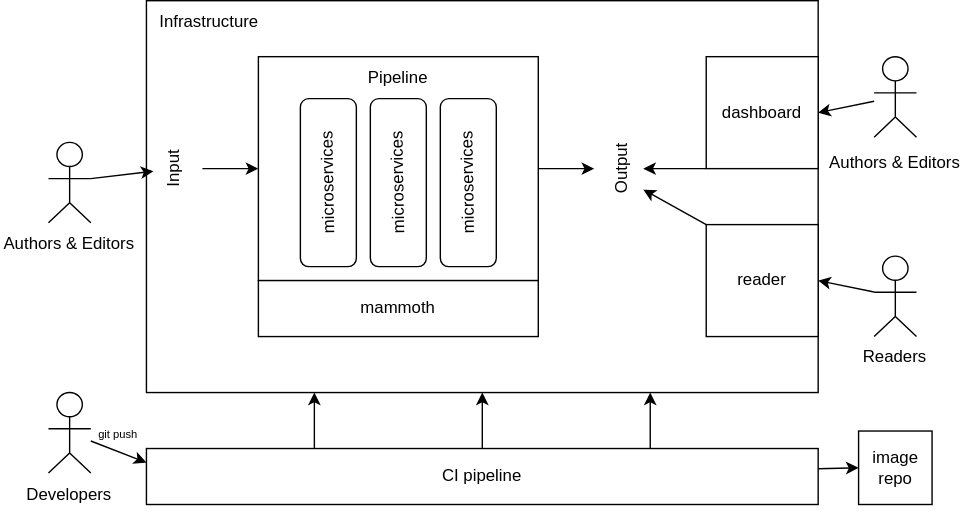
C2DH/digital-monography keeps this draw.io diagram as arch_abstract.svg. Above is the earlier version. Source tidied: cells renumbered, new cells last; positions are measured from the earlier drawing's top-left corner, leaving out a move shared by most shapes.
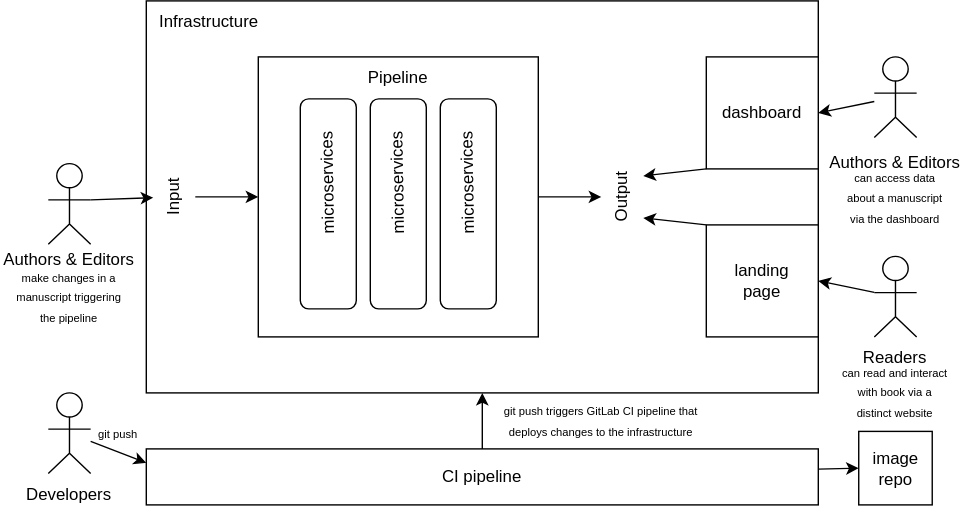
After the commit.

Change to the diagram source:
```diff
@@ -12,7 +12,7 @@
       <mxGeometry x="105" y="320" width="480" height="40" as="geometry" />
     </mxCell>
     <mxCell id="5" style="rounded=0;whiteSpace=wrap;html=1;" parent="1" vertex="1">
-      <mxGeometry x="185" y="40" width="200" height="160" as="geometry" />
+      <mxGeometry x="185" y="40" width="200" height="200" as="geometry" />
     </mxCell>
     <mxCell id="6" style="rounded=0;whiteSpace=wrap;html=1;" parent="1" vertex="1">
       <mxGeometry x="505" y="160" width="80" height="80" as="geometry" />
@@ -20,16 +20,10 @@
     <mxCell id="7" style="rounded=0;whiteSpace=wrap;html=1;" parent="1" vertex="1">
       <mxGeometry x="505" y="40" width="80" height="80" as="geometry" />
     </mxCell>
-    <mxCell id="8" style="rounded=0;whiteSpace=wrap;html=1;" parent="1" vertex="1">
-      <mxGeometry x="185" y="200" width="200" height="40" as="geometry" />
-    </mxCell>
     <mxCell id="9" value="Pipeline" style="text;html=1;strokeColor=none;fillColor=none;align=center;verticalAlign=middle;whiteSpace=wrap;rounded=0;" parent="1" vertex="1">
       <mxGeometry x="255" y="40" width="60" height="30" as="geometry" />
     </mxCell>
-    <mxCell id="10" value="mammoth" style="text;html=1;strokeColor=none;fillColor=none;align=center;verticalAlign=middle;whiteSpace=wrap;rounded=0;" parent="1" vertex="1">
-      <mxGeometry x="255" y="205" width="60" height="30" as="geometry" />
-    </mxCell>
-    <mxCell id="11" value="reader" style="text;html=1;strokeColor=none;fillColor=none;align=center;verticalAlign=middle;whiteSpace=wrap;rounded=0;" parent="1" vertex="1">
+    <mxCell id="11" value="landing page" style="text;html=1;strokeColor=none;fillColor=none;align=center;verticalAlign=middle;whiteSpace=wrap;rounded=0;" parent="1" vertex="1">
       <mxGeometry x="515" y="185" width="60" height="30" as="geometry" />
     </mxCell>
     <mxCell id="12" value="dashboard" style="text;html=1;strokeColor=none;fillColor=none;align=center;verticalAlign=middle;whiteSpace=wrap;rounded=0;" parent="1" vertex="1">
@@ -39,29 +33,25 @@
       <mxGeometry x="315" y="325" width="60" height="30" as="geometry" />
     </mxCell>
     <mxCell id="14" style="rounded=1;whiteSpace=wrap;html=1;" parent="1" vertex="1">
-      <mxGeometry x="315" y="70" width="40" height="120" as="geometry" />
+      <mxGeometry x="315" y="70" width="40" height="150" as="geometry" />
     </mxCell>
     <mxCell id="15" style="rounded=1;whiteSpace=wrap;html=1;" parent="1" vertex="1">
-      <mxGeometry x="265" y="70" width="40" height="120" as="geometry" />
+      <mxGeometry x="265" y="70" width="40" height="150" as="geometry" />
     </mxCell>
     <mxCell id="16" style="rounded=1;whiteSpace=wrap;html=1;" parent="1" vertex="1">
-      <mxGeometry x="215" y="70" width="40" height="120" as="geometry" />
+      <mxGeometry x="215" y="70" width="40" height="150" as="geometry" />
     </mxCell>
-    <mxCell id="17" style="endArrow=classic;html=1;exitX=1;exitY=0.5;exitDx=0;exitDy=0;" parent="1" edge="1" source="5">
-      <mxGeometry relative="1" as="geometry">
-        <mxPoint x="425" y="120" as="targetPoint" />
-      </mxGeometry>
+    <mxCell id="17" style="endArrow=classic;html=1;exitX=1;exitY=0.5;exitDx=0;exitDy=0;entryX=0.5;entryY=0;entryDx=0;entryDy=0;" parent="1" edge="1" source="5" target="20">
+      <mxGeometry relative="1" as="geometry" />
     </mxCell>
-    <mxCell id="18" style="endArrow=classic;html=1;entryX=0;entryY=0.5;entryDx=0;entryDy=0;" parent="1" edge="1" target="5">
-      <mxGeometry relative="1" as="geometry">
-        <mxPoint x="145" y="120" as="sourcePoint" />
-      </mxGeometry>
+    <mxCell id="18" style="endArrow=classic;html=1;entryX=0;entryY=0.5;entryDx=0;entryDy=0;exitX=0.5;exitY=1;exitDx=0;exitDy=0;" parent="1" edge="1" source="19" target="5">
+      <mxGeometry relative="1" as="geometry" />
     </mxCell>
     <mxCell id="19" value="Input" style="text;html=1;strokeColor=none;fillColor=none;align=center;verticalAlign=middle;whiteSpace=wrap;rounded=0;rotation=-90;" parent="1" vertex="1">
-      <mxGeometry x="95" y="105" width="60" height="30" as="geometry" />
+      <mxGeometry x="95" y="125" width="60" height="30" as="geometry" />
     </mxCell>
     <mxCell id="20" value="Output" style="text;html=1;strokeColor=none;fillColor=none;align=center;verticalAlign=middle;whiteSpace=wrap;rounded=0;rotation=-90;" parent="1" vertex="1">
-      <mxGeometry x="415" y="105" width="60" height="30" as="geometry" />
+      <mxGeometry x="415" y="125" width="60" height="30" as="geometry" />
     </mxCell>
     <mxCell id="21" value="microservices" style="text;html=1;strokeColor=none;fillColor=none;align=center;verticalAlign=middle;whiteSpace=wrap;rounded=0;rotation=-91;" parent="1" vertex="1">
       <mxGeometry x="205" y="115" width="60" height="30" as="geometry" />
@@ -75,24 +65,14 @@
     <mxCell id="24" style="endArrow=classic;html=1;entryX=0.25;entryY=1;entryDx=0;entryDy=0;exitX=0;exitY=0;exitDx=0;exitDy=0;" parent="1" edge="1" source="6" target="20">
       <mxGeometry relative="1" as="geometry" />
     </mxCell>
-    <mxCell id="25" style="endArrow=classic;html=1;exitX=0;exitY=1;exitDx=0;exitDy=0;entryX=0.5;entryY=1;entryDx=0;entryDy=0;" parent="1" edge="1" source="7" target="20">
+    <mxCell id="25" style="endArrow=classic;html=1;exitX=0;exitY=1;exitDx=0;exitDy=0;entryX=0.75;entryY=1;entryDx=0;entryDy=0;" parent="1" edge="1" source="7" target="20">
       <mxGeometry relative="1" as="geometry" />
     </mxCell>
-    <mxCell id="26" style="endArrow=classic;html=1;exitX=0.25;exitY=0;exitDx=0;exitDy=0;" parent="1" edge="1" source="4">
-      <mxGeometry relative="1" as="geometry">
-        <mxPoint x="225" y="280" as="targetPoint" />
-      </mxGeometry>
-    </mxCell>
     <mxCell id="27" style="endArrow=classic;html=1;exitX=0.5;exitY=0;exitDx=0;exitDy=0;" parent="1" edge="1" source="4">
       <mxGeometry relative="1" as="geometry">
         <mxPoint x="345" y="280" as="targetPoint" />
       </mxGeometry>
     </mxCell>
-    <mxCell id="28" style="endArrow=classic;html=1;exitX=0.75;exitY=0;exitDx=0;exitDy=0;" parent="1" edge="1" source="4">
-      <mxGeometry relative="1" as="geometry">
-        <mxPoint x="465" y="280" as="targetPoint" />
-      </mxGeometry>
-    </mxCell>
     <mxCell id="29" value="Infrastructure" style="text;html=1;strokeColor=none;fillColor=none;align=center;verticalAlign=middle;whiteSpace=wrap;rounded=0;" parent="1" vertex="1">
       <mxGeometry x="105" width="90" height="30" as="geometry" />
     </mxCell>
@@ -100,7 +80,7 @@
       <mxGeometry relative="1" as="geometry" />
     </mxCell>
     <mxCell id="31" style="html=1;outlineConnect=0;whiteSpace=wrap;fillColor=none;verticalLabelPosition=bottom;verticalAlign=top;align=center;shape=mxgraph.archimate3.actor;" parent="1" vertex="1">
-      <mxGeometry x="35" y="101.2" width="30.3" height="57.5" as="geometry" />
+      <mxGeometry x="35" y="116.2" width="30.3" height="57.5" as="geometry" />
     </mxCell>
     <mxCell id="32" style="edgeStyle=none;html=1;entryX=1;entryY=0.5;entryDx=0;entryDy=0;" parent="1" edge="1" source="33" target="7">
       <mxGeometry relative="1" as="geometry" />
@@ -121,7 +101,7 @@
       <mxGeometry x="590.1" y="240" width="100" height="30" as="geometry" />
     </mxCell>
     <mxCell id="38" value="Authors &amp;amp; Editors" style="text;html=1;strokeColor=none;fillColor=none;align=center;verticalAlign=middle;whiteSpace=wrap;rounded=0;" parent="1" vertex="1">
-      <mxGeometry x="0.1" y="158.8" width="100" height="30" as="geometry" />
+      <mxGeometry x="0.1" y="170" width="100" height="30" as="geometry" />
     </mxCell>
     <mxCell id="39" style="html=1;outlineConnect=0;whiteSpace=wrap;fillColor=none;verticalLabelPosition=bottom;verticalAlign=top;align=center;shape=mxgraph.archimate3.actor;" parent="1" vertex="1">
       <mxGeometry x="35" y="280" width="30.3" height="57.5" as="geometry" />
@@ -138,5 +118,17 @@
     <mxCell id="43" value="&lt;font style=&quot;font-size: 8px;&quot;&gt;git push&lt;/font&gt;" style="text;html=1;align=center;verticalAlign=middle;whiteSpace=wrap;rounded=0;" parent="1" vertex="1">
       <mxGeometry x="55" y="293.8" width="60" height="30" as="geometry" />
     </mxCell>
+    <mxCell id="44" value="&lt;font style=&quot;font-size: 8px;&quot;&gt;make changes in a manuscript triggering the pipeline&lt;/font&gt;" style="text;html=1;align=center;verticalAlign=middle;whiteSpace=wrap;rounded=0;" parent="1" vertex="1">
+      <mxGeometry x="10.1" y="196.2" width="80" height="30" as="geometry" />
+    </mxCell>
+    <mxCell id="45" value="&lt;span style=&quot;font-size: 8px;&quot;&gt;can access data about a manuscript via the dashboard&lt;/span&gt;" style="text;html=1;align=center;verticalAlign=middle;whiteSpace=wrap;rounded=0;" parent="1" vertex="1">
+      <mxGeometry x="600.1" y="125" width="80" height="30" as="geometry" />
+    </mxCell>
+    <mxCell id="46" value="&lt;span style=&quot;font-size: 8px;&quot;&gt;can read and interact with book via a distinct website&lt;/span&gt;" style="text;html=1;align=center;verticalAlign=middle;whiteSpace=wrap;rounded=0;" parent="1" vertex="1">
+      <mxGeometry x="600.1" y="263.8" width="80" height="30" as="geometry" />
+    </mxCell>
+    <mxCell id="47" value="&lt;span style=&quot;font-size: 8px;&quot;&gt;git push triggers GitLab CI pipeline that deploys changes to the infrastructure&lt;/span&gt;" style="text;html=1;align=center;verticalAlign=middle;whiteSpace=wrap;rounded=0;" parent="1" vertex="1">
+      <mxGeometry x="345" y="284" width="170" height="30" as="geometry" />
+    </mxCell>
   </root>
 </mxGraphModel>
```
